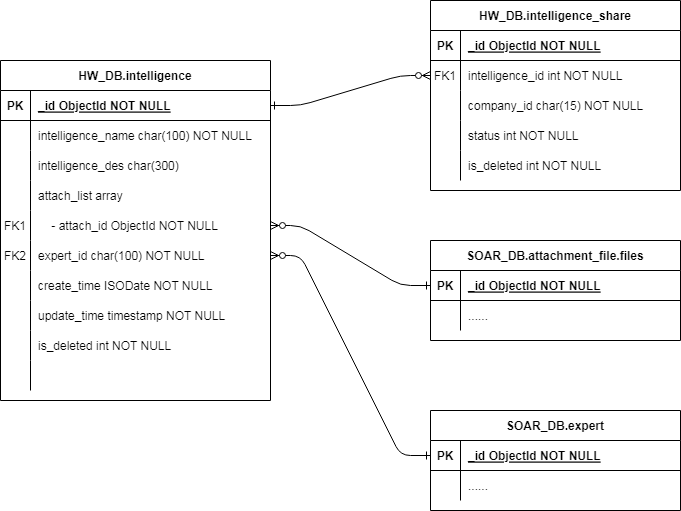
This is shared_intelligence.drawio.png from qiuliangbin/draw.io, a draw.io export, as it was before one commit. Source tidied: cells renumbered, new cells last; positions are measured from the earlier drawing's top-left corner, leaving out a move shared by most shapes.
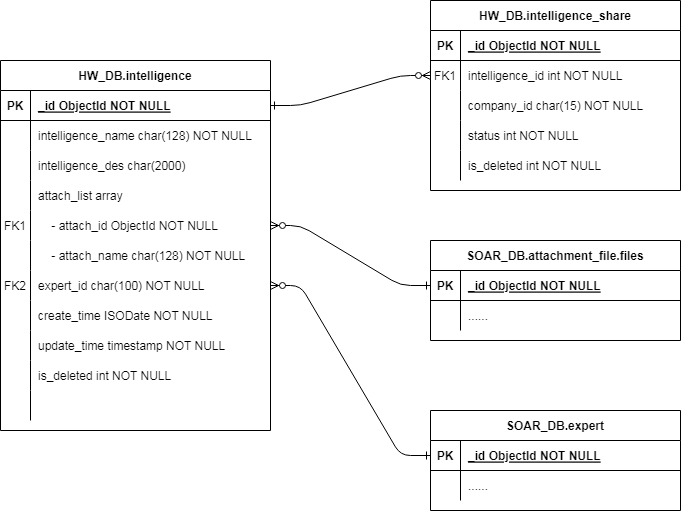
Above is the later version.

What changed in the source:
```diff
@@ -54,7 +54,7 @@
       <mxGeometry x="30" width="220" height="30" as="geometry" />
     </mxCell>
     <mxCell id="19" value="HW_DB.intelligence" style="shape=table;startSize=30;rowLines=0;fontStyle=1;align=center;" parent="1" vertex="1">
-      <mxGeometry y="60" width="270" height="340" as="geometry" />
+      <mxGeometry y="60" width="270" height="370" as="geometry" />
     </mxCell>
     <mxCell id="20" style="shape=partialRectangle;fillColor=none;points=[[0,0.5],[1,0.5]];portConstraint=eastwest;top=0;left=0;right=0;bottom=1;" parent="19" vertex="1">
       <mxGeometry y="30" width="270" height="30" as="geometry" />
@@ -71,7 +71,7 @@
     <mxCell id="24" style="shape=partialRectangle;overflow=hidden;fillColor=none;top=0;left=0;bottom=0;right=0;" parent="23" vertex="1">
       <mxGeometry width="30" height="30" as="geometry" />
     </mxCell>
-    <mxCell id="25" value="intelligence_name char(100) NOT NULL" style="shape=partialRectangle;overflow=hidden;fillColor=none;top=0;left=0;bottom=0;right=0;align=left;spacingLeft=6;" parent="23" vertex="1">
+    <mxCell id="25" value="intelligence_name char(128) NOT NULL" style="shape=partialRectangle;overflow=hidden;fillColor=none;top=0;left=0;bottom=0;right=0;align=left;spacingLeft=6;" parent="23" vertex="1">
       <mxGeometry x="30" width="240" height="30" as="geometry" />
     </mxCell>
     <mxCell id="26" style="shape=partialRectangle;fillColor=none;top=0;left=0;right=0;bottom=0;" parent="19" vertex="1">
@@ -80,7 +80,7 @@
     <mxCell id="27" style="shape=partialRectangle;overflow=hidden;fillColor=none;top=0;left=0;bottom=0;right=0;" parent="26" vertex="1">
       <mxGeometry width="30" height="30" as="geometry" />
     </mxCell>
-    <mxCell id="28" value="intelligence_des char(300)" style="shape=partialRectangle;overflow=hidden;fillColor=none;top=0;left=0;bottom=0;right=0;align=left;spacingLeft=6;" parent="26" vertex="1">
+    <mxCell id="28" value="intelligence_des char(2000)" style="shape=partialRectangle;overflow=hidden;fillColor=none;top=0;left=0;bottom=0;right=0;align=left;spacingLeft=6;" parent="26" vertex="1">
       <mxGeometry x="30" width="240" height="30" as="geometry" />
     </mxCell>
     <mxCell id="29" style="shape=partialRectangle;fillColor=none;top=0;left=0;right=0;bottom=0;" parent="19" vertex="1">
@@ -101,8 +101,17 @@
     <mxCell id="34" value="    - attach_id ObjectId NOT NULL" style="shape=partialRectangle;overflow=hidden;fillColor=none;top=0;left=0;bottom=0;right=0;align=left;spacingLeft=6;" parent="32" vertex="1">
       <mxGeometry x="30" width="240" height="30" as="geometry" />
     </mxCell>
+    <mxCell id="66" style="shape=partialRectangle;fillColor=none;top=0;left=0;right=0;bottom=0;" parent="19" vertex="1">
+      <mxGeometry y="180" width="270" height="30" as="geometry" />
+    </mxCell>
+    <mxCell id="67" style="shape=partialRectangle;overflow=hidden;fillColor=none;top=0;left=0;bottom=0;right=0;" parent="66" vertex="1">
+      <mxGeometry width="30" height="30" as="geometry" />
+    </mxCell>
+    <mxCell id="68" value="    - attach_name char(128) NOT NULL" style="shape=partialRectangle;overflow=hidden;fillColor=none;top=0;left=0;bottom=0;right=0;align=left;spacingLeft=6;" parent="66" vertex="1">
+      <mxGeometry x="30" width="240" height="30" as="geometry" />
+    </mxCell>
     <mxCell id="35" style="shape=partialRectangle;fillColor=none;points=[[0,0.5],[1,0.5]];portConstraint=eastwest;top=0;left=0;right=0;bottom=0;" parent="19" vertex="1">
-      <mxGeometry y="180" width="270" height="30" as="geometry" />
+      <mxGeometry y="210" width="270" height="30" as="geometry" />
     </mxCell>
     <mxCell id="36" value="FK2" style="shape=partialRectangle;overflow=hidden;fillColor=none;top=0;left=0;bottom=0;right=0;" parent="35" vertex="1">
       <mxGeometry width="30" height="30" as="geometry" />
@@ -111,7 +120,7 @@
       <mxGeometry x="30" width="240" height="30" as="geometry" />
     </mxCell>
     <mxCell id="38" style="shape=partialRectangle;fillColor=none;top=0;left=0;right=0;bottom=0;" parent="19" vertex="1">
-      <mxGeometry y="210" width="270" height="30" as="geometry" />
+      <mxGeometry y="240" width="270" height="30" as="geometry" />
     </mxCell>
     <mxCell id="39" style="shape=partialRectangle;overflow=hidden;fillColor=none;top=0;left=0;bottom=0;right=0;" parent="38" vertex="1">
       <mxGeometry width="30" height="30" as="geometry" />
@@ -120,7 +129,7 @@
       <mxGeometry x="30" width="240" height="30" as="geometry" />
     </mxCell>
     <mxCell id="41" style="shape=partialRectangle;fillColor=none;top=0;left=0;right=0;bottom=0;" parent="19" vertex="1">
-      <mxGeometry y="240" width="270" height="30" as="geometry" />
+      <mxGeometry y="270" width="270" height="30" as="geometry" />
     </mxCell>
     <mxCell id="42" style="shape=partialRectangle;overflow=hidden;fillColor=none;top=0;left=0;bottom=0;right=0;" parent="41" vertex="1">
       <mxGeometry width="30" height="30" as="geometry" />
@@ -129,7 +138,7 @@
       <mxGeometry x="30" width="240" height="30" as="geometry" />
     </mxCell>
     <mxCell id="44" style="shape=partialRectangle;fillColor=none;top=0;left=0;right=0;bottom=0;" parent="19" vertex="1">
-      <mxGeometry y="270" width="270" height="30" as="geometry" />
+      <mxGeometry y="300" width="270" height="30" as="geometry" />
     </mxCell>
     <mxCell id="45" style="shape=partialRectangle;overflow=hidden;fillColor=none;top=0;left=0;bottom=0;right=0;" parent="44" vertex="1">
       <mxGeometry width="30" height="30" as="geometry" />
@@ -138,7 +147,7 @@
       <mxGeometry x="30" width="240" height="30" as="geometry" />
     </mxCell>
     <mxCell id="47" style="shape=partialRectangle;fillColor=none;top=0;left=0;right=0;bottom=0;" parent="19" vertex="1">
-      <mxGeometry y="300" width="270" height="30" as="geometry" />
+      <mxGeometry y="330" width="270" height="30" as="geometry" />
     </mxCell>
     <mxCell id="48" style="shape=partialRectangle;overflow=hidden;fillColor=none;top=0;left=0;bottom=0;right=0;" parent="47" vertex="1">
       <mxGeometry width="30" height="30" as="geometry" />
```
